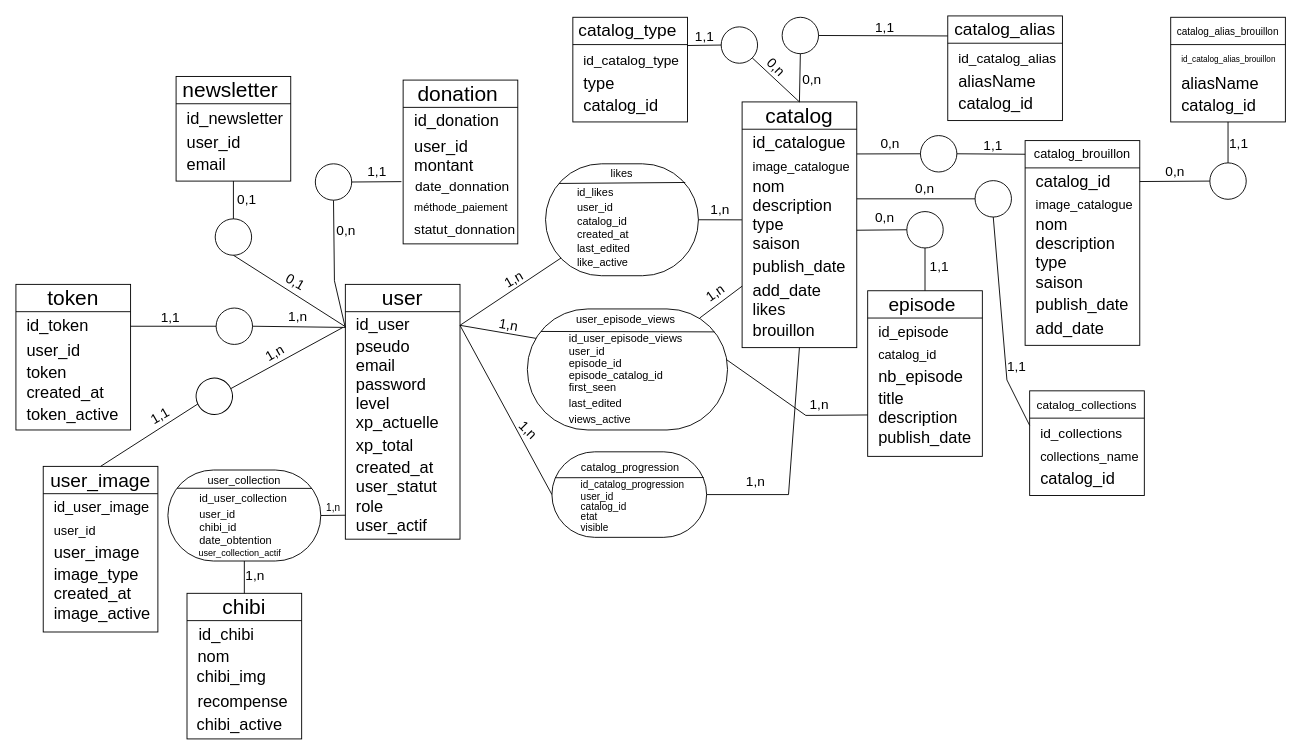
This is clien/chekerlifeMcd.drawio from anilexs/-chekerlife, a draw.io file, before an edit. Source tidied: cells renumbered, new cells numbered last; positions are measured from the earlier drawing's top-left corner, leaving out a move shared by most shapes. Both pictures are drawn from the tidied source at 91%, with x=0, y=0 at pixel (15, 15).
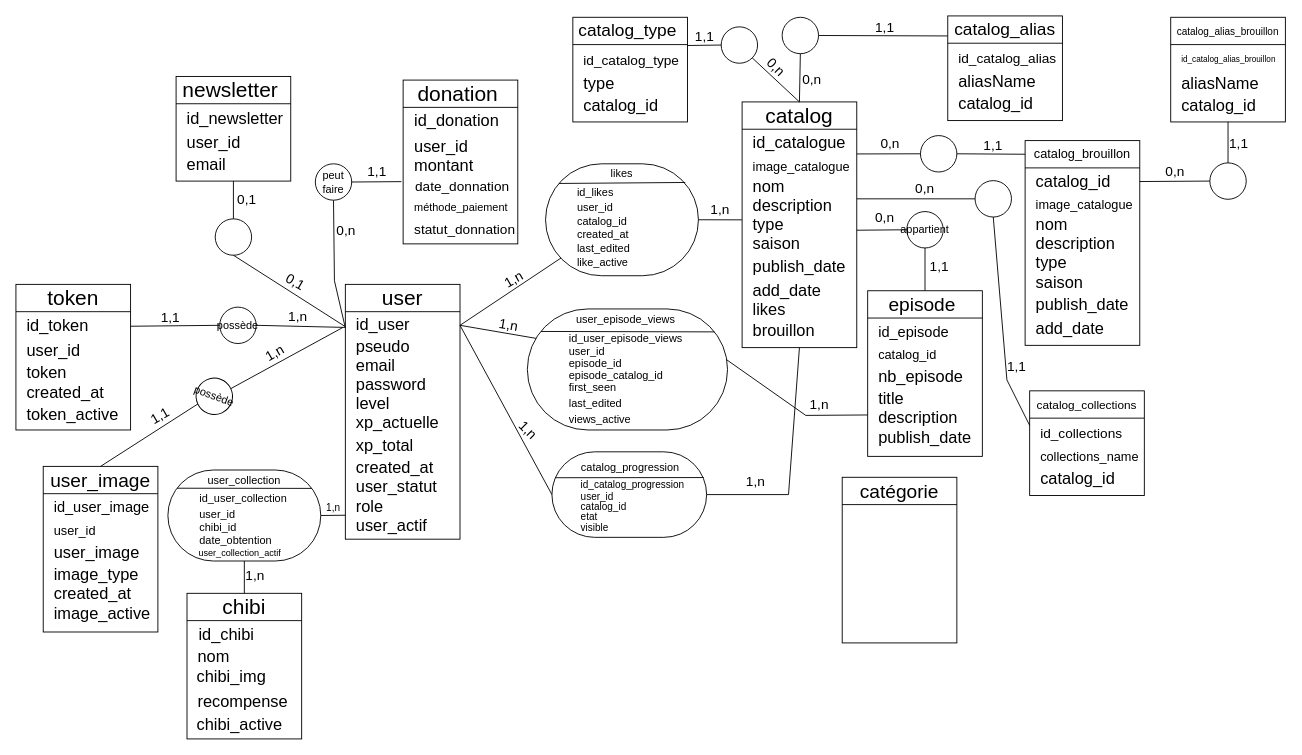
After the change.

Unchanged cells that the change refers to:
```xml
<mxCell id="39" style="rounded=1;whiteSpace=wrap;html=1;arcSize=0;" parent="1" vertex="1">
  <mxGeometry x="798" y="94.5" width="126" height="270" as="geometry" />
</mxCell>
<mxCell id="88" style="rounded=1;whiteSpace=wrap;html=1;arcSize=50;" parent="1" vertex="1">
  <mxGeometry x="562" y="322" width="220" height="133" as="geometry" />
</mxCell>
```

The edit, as a diff of the source:
```diff
@@
-    <mxCell id="138" style="ellipse;whiteSpace=wrap;html=1;" parent="1" vertex="1">
-      <mxGeometry x="220" y="321" width="40" height="40" as="geometry" />
+    <mxCell id="138" value="possède" style="ellipse;whiteSpace=wrap;html=1;" parent="1" vertex="1">
+      <mxGeometry x="224" y="320" width="40" height="40" as="geometry" />
     </mxCell>
@@
-    <mxCell id="149" style="ellipse;whiteSpace=wrap;html=1;" parent="1" vertex="1">
+    <mxCell id="149" value="peut faire" style="ellipse;whiteSpace=wrap;html=1;" parent="1" vertex="1">
       <mxGeometry x="329" y="162.5" width="40" height="40" as="geometry" />
     </mxCell>
@@
-    <mxCell id="153" style="ellipse;whiteSpace=wrap;html=1;rotation=20;" parent="1" vertex="1">
+    <mxCell id="153" value="possède" style="ellipse;whiteSpace=wrap;html=1;rotation=20;" parent="1" vertex="1">
       <mxGeometry x="198" y="398" width="40" height="40" as="geometry" />
     </mxCell>
@@
-    <mxCell id="168" style="ellipse;whiteSpace=wrap;html=1;" parent="1" vertex="1">
+    <mxCell id="168" value="appartient" style="ellipse;whiteSpace=wrap;html=1;" parent="1" vertex="1">
       <mxGeometry x="979" y="215" width="40" height="40" as="geometry" />
     </mxCell>
@@
-    <mxCell id="180" style="endArrow=none;html=1;rounded=0;exitX=0.861;exitY=0.075;exitDx=0;exitDy=0;entryX=0;entryY=0.75;entryDx=0;entryDy=0;exitPerimeter=0;" parent="1" edge="1" source="88" target="39">
-      <mxGeometry relative="1" as="geometry" />
-    </mxCell>
-    <mxCell id="181" value="1,n" style="text;html=1;strokeColor=none;fillColor=none;align=center;verticalAlign=middle;whiteSpace=wrap;rounded=0;fontSize=15;rotation=-35;" parent="1" vertex="1">
-      <mxGeometry x="753" y="292" width="30" height="23" as="geometry" />
-    </mxCell>
@@
+    <mxCell id="216" style="rounded=1;whiteSpace=wrap;html=1;arcSize=0;" parent="1" vertex="1">
+      <mxGeometry x="908" y="507" width="126" height="182" as="geometry" />
+    </mxCell>
+    <mxCell id="217" value="catégorie" style="text;html=1;strokeColor=none;fillColor=none;align=center;verticalAlign=middle;whiteSpace=wrap;rounded=0;fontSize=21;" parent="1" vertex="1">
+      <mxGeometry x="908" y="507" width="126" height="30" as="geometry" />
+    </mxCell>
+    <mxCell id="218" style="endArrow=none;html=1;rounded=0;entryX=1;entryY=1;entryDx=0;entryDy=0;exitX=0;exitY=1;exitDx=0;exitDy=0;" parent="1" edge="1" source="217" target="217">
+      <mxGeometry relative="1" as="geometry" />
+    </mxCell>
```
